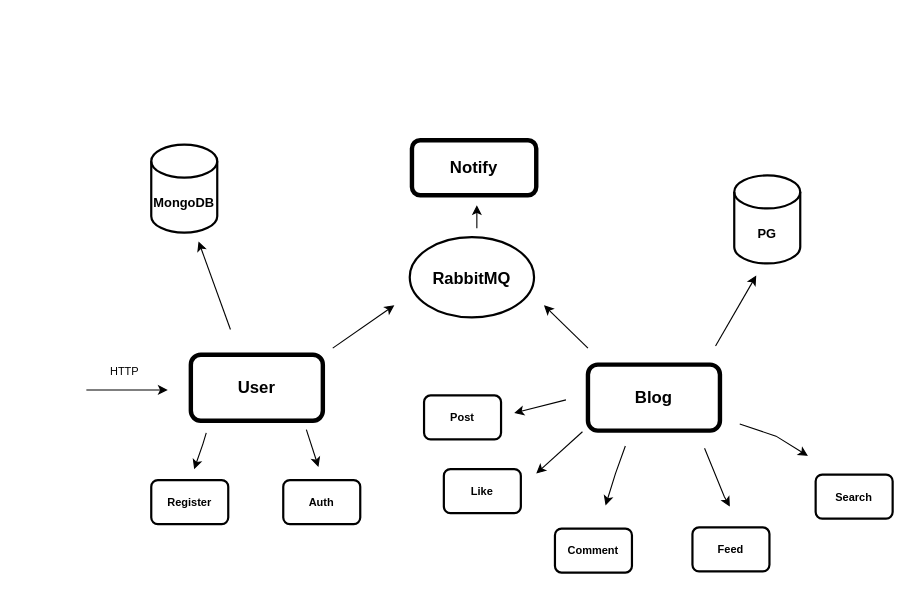
Earlier version of the draw.io diagram specification.drawio (ilyaleex/1606793-readme-2). Source tidied: cells renumbered, new cells numbered last; positions are measured from the earlier drawing's top-left corner, leaving out a move shared by most shapes. Both pictures are drawn from the tidied source at 110%, with x=0, y=0 at pixel (86, 140).
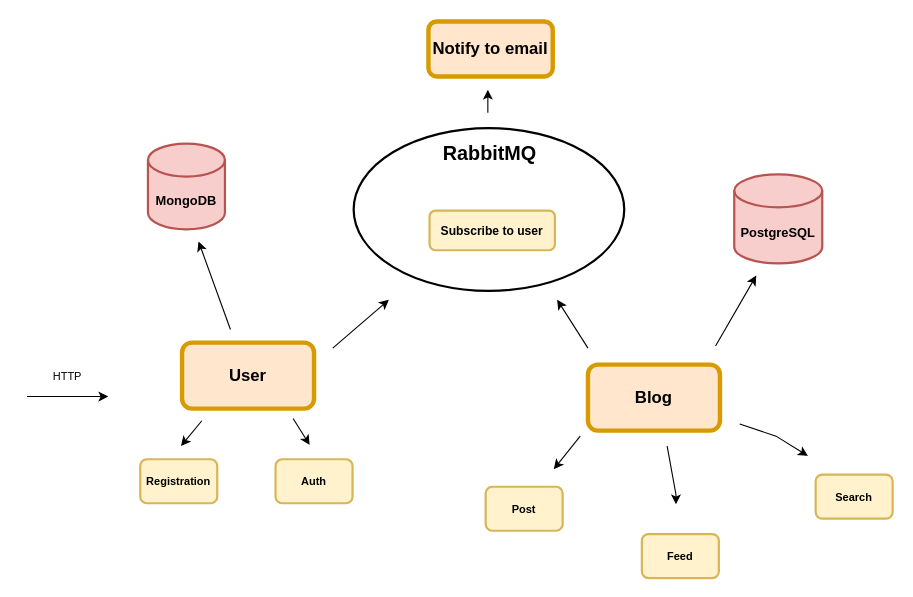
The same page after the edit.

Change to the diagram source:
```diff
@@
-    <mxCell id="2" value="&lt;h3 style=&quot;font-size: 10px;&quot;&gt;Like&lt;/h3&gt;" style="rounded=1;whiteSpace=wrap;html=1;strokeWidth=2;perimeterSpacing=0;sketch=0;fontSize=10;" parent="1" vertex="1">
-      <mxGeometry x="325" y="299" width="70" height="40" as="geometry" />
-    </mxCell>
-    <mxCell id="3" value="&lt;h3 style=&quot;font-size: 10px;&quot;&gt;Comment&lt;/h3&gt;" style="rounded=1;whiteSpace=wrap;html=1;sketch=0;strokeWidth=2;fontSize=10;" parent="1" vertex="1">
-      <mxGeometry x="426" y="353" width="70" height="40" as="geometry" />
-    </mxCell>
-    <mxCell id="4" value="&lt;h3&gt;User&lt;/h3&gt;" style="rounded=1;whiteSpace=wrap;html=1;sketch=0;strokeWidth=4;fontSize=13;" parent="1" vertex="1">
-      <mxGeometry x="95" y="195" width="120" height="60" as="geometry" />
+    <mxCell id="4" value="&lt;h3&gt;User&lt;/h3&gt;" style="rounded=1;whiteSpace=wrap;html=1;sketch=0;strokeWidth=4;fontSize=13;fillColor=#ffe6cc;strokeColor=#d79b00;" parent="1" vertex="1">
+      <mxGeometry x="87" y="184" width="120" height="60" as="geometry" />
     </mxCell>
-    <mxCell id="5" value="&lt;h3&gt;Blog&lt;/h3&gt;" style="rounded=1;whiteSpace=wrap;html=1;sketch=0;strokeWidth=4;fontSize=13;" parent="1" vertex="1">
+    <mxCell id="5" value="&lt;h3&gt;Blog&lt;/h3&gt;" style="rounded=1;whiteSpace=wrap;html=1;sketch=0;strokeWidth=4;fontSize=13;fillColor=#ffe6cc;strokeColor=#d79b00;" parent="1" vertex="1">
       <mxGeometry x="456" y="204" width="120" height="60" as="geometry" />
     </mxCell>
-    <mxCell id="6" value="&lt;h3 style=&quot;font-size: 10px;&quot;&gt;Feed&lt;/h3&gt;" style="rounded=1;whiteSpace=wrap;html=1;sketch=0;strokeWidth=2;fontSize=10;" parent="1" vertex="1">
-      <mxGeometry x="551" y="352" width="70" height="40" as="geometry" />
+    <mxCell id="6" value="&lt;h3 style=&quot;font-size: 10px;&quot;&gt;Feed&lt;/h3&gt;" style="rounded=1;whiteSpace=wrap;html=1;sketch=0;strokeWidth=2;fontSize=10;fillColor=#fff2cc;strokeColor=#d6b656;" parent="1" vertex="1">
+      <mxGeometry x="505" y="358" width="70" height="40" as="geometry" />
     </mxCell>
-    <mxCell id="7" value="&lt;h3 style=&quot;font-size: 10px;&quot;&gt;Search&lt;/h3&gt;" style="rounded=1;whiteSpace=wrap;html=1;sketch=0;strokeWidth=2;fontSize=10;" parent="1" vertex="1">
+    <mxCell id="7" value="&lt;h3 style=&quot;font-size: 10px;&quot;&gt;Search&lt;/h3&gt;" style="rounded=1;whiteSpace=wrap;html=1;sketch=0;strokeWidth=2;fontSize=10;fillColor=#fff2cc;strokeColor=#d6b656;" parent="1" vertex="1">
       <mxGeometry x="663" y="304" width="70" height="40" as="geometry" />
     </mxCell>
-    <mxCell id="8" style="endArrow=classic;html=1;rounded=0;fontSize=10;" parent="1" edge="1">
-      <mxGeometry relative="1" as="geometry">
-        <mxPoint x="451" y="265" as="sourcePoint" />
-        <mxPoint x="409" y="303" as="targetPoint" />
-      </mxGeometry>
-    </mxCell>
-    <mxCell id="9" style="endArrow=classic;html=1;rounded=0;fontSize=10;" parent="1" edge="1">
-      <mxGeometry relative="1" as="geometry">
-        <mxPoint x="490" y="278" as="sourcePoint" />
-        <mxPoint x="472" y="332" as="targetPoint" />
-        <Array as="points">
-          <mxPoint x="481" y="303" />
-        </Array>
-      </mxGeometry>
-    </mxCell>
     <mxCell id="10" style="endArrow=classic;html=1;rounded=0;fontSize=10;" parent="1" edge="1">
       <mxGeometry relative="1" as="geometry">
-        <mxPoint x="562" y="280" as="sourcePoint" />
-        <mxPoint x="585" y="333" as="targetPoint" />
+        <mxPoint x="528" y="278" as="sourcePoint" />
+        <mxPoint x="536" y="331" as="targetPoint" />
         <Array as="points">
-          <mxPoint x="580" y="324" />
+          <mxPoint x="536" y="322" />
         </Array>
       </mxGeometry>
     </mxCell>
@@
-    <mxCell id="12" value="&lt;h3&gt;MongoDB&lt;/h3&gt;" style="shape=cylinder3;whiteSpace=wrap;html=1;boundedLbl=1;backgroundOutline=1;size=15;sketch=0;strokeWidth=2;fontSize=10;" parent="1" vertex="1">
-      <mxGeometry x="59" y="4" width="60" height="80" as="geometry" />
+    <mxCell id="12" value="&lt;h3&gt;MongoDB&lt;/h3&gt;" style="shape=cylinder3;whiteSpace=wrap;html=1;boundedLbl=1;backgroundOutline=1;size=15;sketch=0;strokeWidth=2;fontSize=10;fillColor=#f8cecc;strokeColor=#b85450;" parent="1" vertex="1">
+      <mxGeometry x="56" y="3" width="70" height="78" as="geometry" />
     </mxCell>
-    <mxCell id="13" value="&lt;h3&gt;PG&lt;/h3&gt;" style="shape=cylinder3;whiteSpace=wrap;html=1;boundedLbl=1;backgroundOutline=1;size=15;sketch=0;strokeWidth=2;fontSize=10;" parent="1" vertex="1">
-      <mxGeometry x="589" y="32" width="60" height="80" as="geometry" />
+    <mxCell id="13" value="&lt;h3&gt;PostgreSQL&lt;/h3&gt;" style="shape=cylinder3;whiteSpace=wrap;html=1;boundedLbl=1;backgroundOutline=1;size=15;sketch=0;strokeWidth=2;fontSize=10;fillColor=#f8cecc;strokeColor=#b85450;" parent="1" vertex="1">
+      <mxGeometry x="589" y="31" width="80" height="81" as="geometry" />
     </mxCell>
-    <mxCell id="14" value="&lt;h3 style=&quot;font-size: 10px;&quot;&gt;Post&lt;/h3&gt;" style="rounded=1;whiteSpace=wrap;html=1;sketch=0;strokeWidth=2;fontSize=10;" parent="1" vertex="1">
-      <mxGeometry x="307" y="232" width="70" height="40" as="geometry" />
+    <mxCell id="14" value="&lt;h3 style=&quot;font-size: 10px;&quot;&gt;Post&lt;/h3&gt;" style="rounded=1;whiteSpace=wrap;html=1;sketch=0;strokeWidth=2;fontSize=10;fillColor=#fff2cc;strokeColor=#d6b656;" parent="1" vertex="1">
+      <mxGeometry x="363" y="315" width="70" height="40" as="geometry" />
     </mxCell>
     <mxCell id="15" style="endArrow=classic;html=1;rounded=0;fontSize=10;" parent="1" edge="1">
       <mxGeometry relative="1" as="geometry">
-        <mxPoint x="436" y="236" as="sourcePoint" />
-        <mxPoint x="389" y="248" as="targetPoint" />
+        <mxPoint x="449" y="269" as="sourcePoint" />
+        <mxPoint x="425" y="299" as="targetPoint" />
       </mxGeometry>
     </mxCell>
-    <mxCell id="16" value="&lt;h3 style=&quot;font-size: 10px;&quot;&gt;Auth&lt;/h3&gt;" style="rounded=1;whiteSpace=wrap;html=1;strokeWidth=2;perimeterSpacing=0;sketch=0;fontSize=10;" parent="1" vertex="1">
-      <mxGeometry x="179" y="309" width="70" height="40" as="geometry" />
-    </mxCell>
-    <mxCell id="17" value="&lt;h3 style=&quot;font-size: 10px;&quot;&gt;Register&lt;/h3&gt;" style="rounded=1;whiteSpace=wrap;html=1;strokeWidth=2;perimeterSpacing=0;sketch=0;fontSize=10;" parent="1" vertex="1">
-      <mxGeometry x="59" y="309" width="70" height="40" as="geometry" />
-    </mxCell>
-    <mxCell id="18" style="endArrow=classic;html=1;rounded=0;fontSize=10;" parent="1" edge="1">
-      <mxGeometry relative="1" as="geometry">
-        <mxPoint x="200" y="263" as="sourcePoint" />
-        <mxPoint x="211" y="297" as="targetPoint" />
-      </mxGeometry>
-    </mxCell>
-    <mxCell id="19" style="endArrow=classic;html=1;rounded=0;fontSize=10;" parent="1" edge="1">
-      <mxGeometry relative="1" as="geometry">
-        <mxPoint x="109" y="266" as="sourcePoint" />
-        <mxPoint x="98" y="299" as="targetPoint" />
-        <Array as="points">
-          <mxPoint x="106" y="276" />
-        </Array>
-      </mxGeometry>
-    </mxCell>
-    <mxCell id="20" value="&lt;h2&gt;RabbitMQ&lt;/h2&gt;" style="ellipse;whiteSpace=wrap;html=1;sketch=0;strokeWidth=2;fontSize=10;" parent="1" vertex="1">
-      <mxGeometry x="294" y="88" width="113" height="73" as="geometry" />
+    <mxCell id="20" value="&lt;h2&gt;&lt;br&gt;&lt;/h2&gt;" style="ellipse;whiteSpace=wrap;html=1;sketch=0;strokeWidth=2;fontSize=10;" parent="1" vertex="1">
+      <mxGeometry x="243" y="-11" width="246" height="148" as="geometry" />
     </mxCell>
     <mxCell id="21" style="endArrow=classic;html=1;rounded=0;fontSize=10;" parent="1" edge="1">
       <mxGeometry relative="1" as="geometry">
         <mxPoint x="456" y="189" as="sourcePoint" />
-        <mxPoint x="416" y="150" as="targetPoint" />
+        <mxPoint x="428" y="145" as="targetPoint" />
       </mxGeometry>
     </mxCell>
     <mxCell id="22" style="endArrow=classic;html=1;rounded=0;fontSize=10;" parent="1" edge="1">
       <mxGeometry relative="1" as="geometry">
         <mxPoint x="224" y="189" as="sourcePoint" />
-        <mxPoint x="280" y="150" as="targetPoint" />
+        <mxPoint x="275" y="145" as="targetPoint" />
       </mxGeometry>
     </mxCell>
@@
     <mxCell id="25" style="endArrow=classic;html=1;rounded=0;fontSize=10;" parent="1" edge="1">
       <mxGeometry relative="1" as="geometry">
-        <mxPoint y="227" as="sourcePoint" />
-        <mxPoint x="74" y="227" as="targetPoint" />
+        <mxPoint x="-54" y="233" as="sourcePoint" />
+        <mxPoint x="20" y="233" as="targetPoint" />
       </mxGeometry>
     </mxCell>
     <mxCell id="26" value="HTTP" style="text;html=1;strokeColor=none;fillColor=none;align=center;verticalAlign=middle;whiteSpace=wrap;rounded=0;sketch=0;strokeWidth=2;fontSize=10;" parent="1" vertex="1">
-      <mxGeometry x="5" y="195" width="60" height="30" as="geometry" />
+      <mxGeometry x="-47" y="199" width="60" height="30" as="geometry" />
     </mxCell>
-    <mxCell id="27" value="&lt;h3&gt;Notify&lt;/h3&gt;" style="rounded=1;whiteSpace=wrap;html=1;sketch=0;strokeWidth=4;fontSize=13;" parent="1" vertex="1">
-      <mxGeometry x="296" width="113" height="50" as="geometry" />
+    <mxCell id="27" value="&lt;h3&gt;Notify to email&lt;/h3&gt;" style="rounded=1;whiteSpace=wrap;html=1;sketch=0;strokeWidth=4;fontSize=13;fillColor=#ffe6cc;strokeColor=#d79b00;" parent="1" vertex="1">
+      <mxGeometry x="311" y="-108" width="113" height="50" as="geometry" />
     </mxCell>
     <mxCell id="28" style="endArrow=classic;html=1;rounded=0;fontSize=10;" parent="1" edge="1">
       <mxGeometry relative="1" as="geometry">
-        <mxPoint x="355" y="80" as="sourcePoint" />
-        <mxPoint x="355" y="59" as="targetPoint" />
+        <mxPoint x="365" y="-25" as="sourcePoint" />
+        <mxPoint x="365" y="-46" as="targetPoint" />
       </mxGeometry>
     </mxCell>
+    <mxCell id="29" value="&lt;h3&gt;&lt;font style=&quot;font-size: 11px&quot;&gt;Subscribe to user&lt;/font&gt;&lt;/h3&gt;" style="rounded=1;whiteSpace=wrap;html=1;strokeWidth=2;fillColor=#fff2cc;strokeColor=#d6b656;" parent="1" vertex="1">
+      <mxGeometry x="312" y="64" width="114" height="36" as="geometry" />
+    </mxCell>
+    <mxCell id="30" value="&lt;h2&gt;RabbitMQ&lt;/h2&gt;" style="text;html=1;strokeColor=none;fillColor=none;align=center;verticalAlign=middle;whiteSpace=wrap;rounded=0;" parent="1" vertex="1">
+      <mxGeometry x="337" y="-3" width="60" height="30" as="geometry" />
+    </mxCell>
+    <mxCell id="16" value="&lt;h3 style=&quot;font-size: 10px&quot;&gt;Auth&lt;/h3&gt;" style="rounded=1;whiteSpace=wrap;html=1;sketch=0;strokeWidth=2;fontSize=10;fillColor=#fff2cc;strokeColor=#d6b656;" parent="1" vertex="1">
+      <mxGeometry x="172" y="290" width="70" height="40" as="geometry" />
+    </mxCell>
+    <mxCell id="31" value="&lt;h3 style=&quot;font-size: 10px&quot;&gt;Registration&lt;/h3&gt;" style="rounded=1;whiteSpace=wrap;html=1;sketch=0;strokeWidth=2;fontSize=10;fillColor=#fff2cc;strokeColor=#d6b656;" parent="1" vertex="1">
+      <mxGeometry x="49" y="290" width="70" height="40" as="geometry" />
+    </mxCell>
+    <mxCell id="32" style="endArrow=classic;html=1;rounded=0;fontSize=10;" parent="1" edge="1">
+      <mxGeometry relative="1" as="geometry">
+        <mxPoint x="188" y="253" as="sourcePoint" />
+        <mxPoint x="203" y="277" as="targetPoint" />
+        <Array as="points">
+          <mxPoint x="203" y="277" />
+        </Array>
+      </mxGeometry>
+    </mxCell>
+    <mxCell id="33" style="endArrow=classic;html=1;rounded=0;fontSize=10;" parent="1" edge="1">
+      <mxGeometry relative="1" as="geometry">
+        <mxPoint x="105" y="255" as="sourcePoint" />
+        <mxPoint x="86" y="278" as="targetPoint" />
+      </mxGeometry>
+    </mxCell>
```
